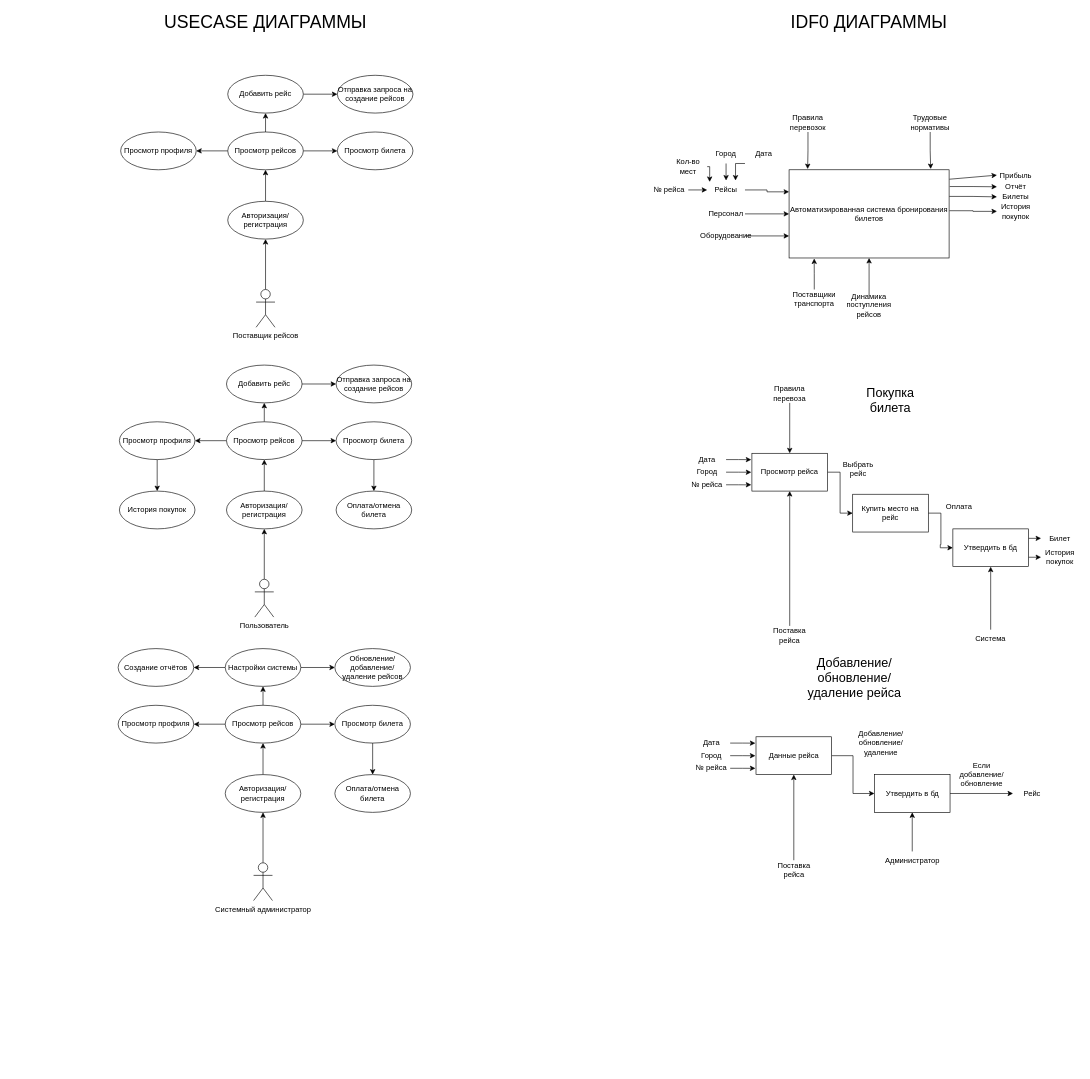
Above: usecase.drawio in k11sann/classworks (draw.io), before the change. Source tidied: cells renumbered, new cells numbered last; positions are measured from the earlier drawing's top-left corner, leaving out a move shared by most shapes. Both pictures are drawn from the tidied source at 63%, with x=0, y=0 at pixel (118, 12).
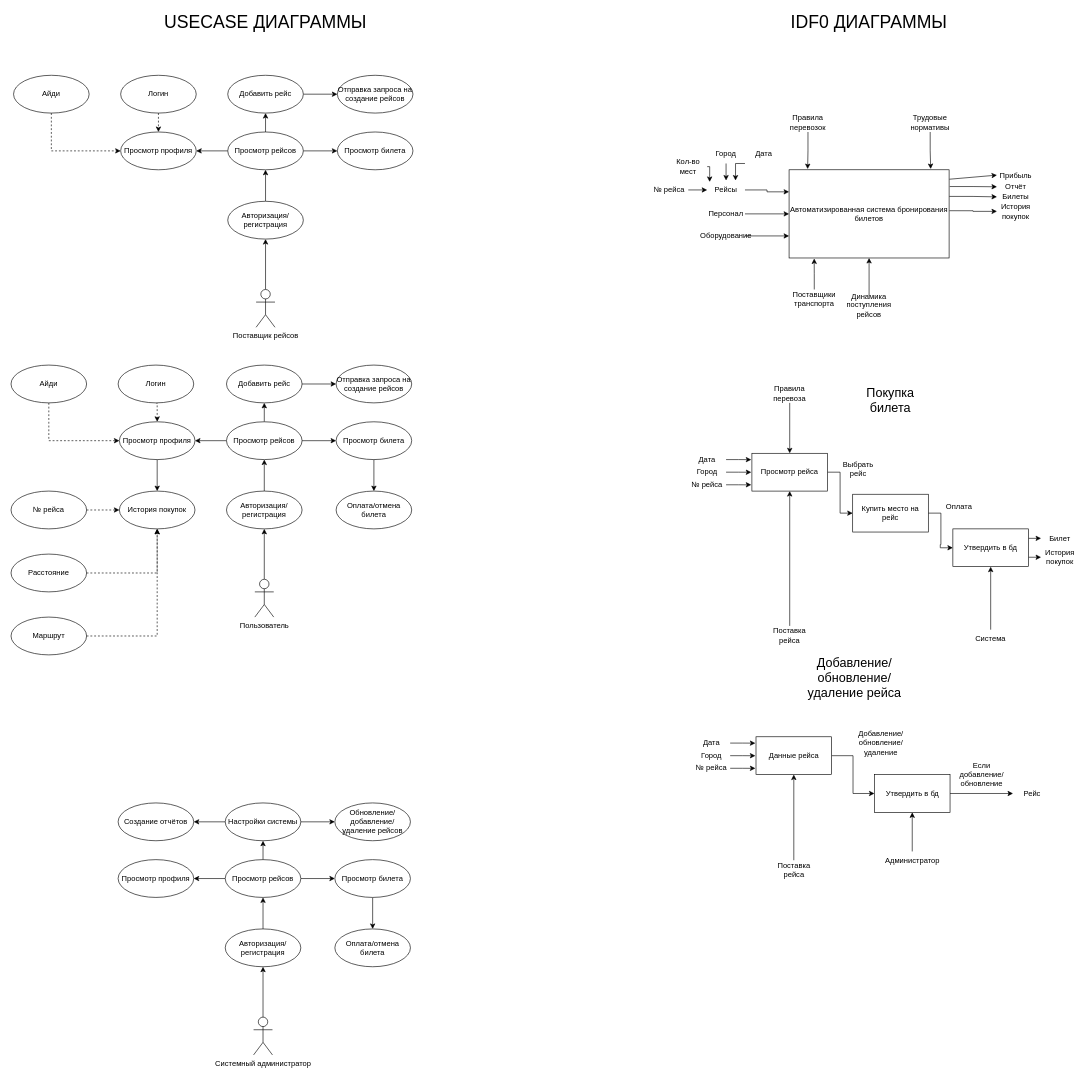
The same diagram, later.

The change refers to these unchanged cells:
```xml
<mxCell id="75" value="Просмотр профиля" style="rounded=0;whiteSpace=wrap;html=1;shape=ellipse;perimeter=ellipsePerimeter;" parent="1" vertex="1">
  <mxGeometry x="4" y="190" width="120" height="60" as="geometry" />
</mxCell>
<mxCell id="90" value="Просмотр профиля" style="rounded=0;whiteSpace=wrap;html=1;shape=ellipse;perimeter=ellipsePerimeter;" parent="1" vertex="1">
  <mxGeometry x="2" y="650" width="120" height="60" as="geometry" />
</mxCell>
<mxCell id="96" value="История покупок" style="rounded=0;whiteSpace=wrap;html=1;shape=ellipse;perimeter=ellipsePerimeter;" parent="1" vertex="1">
  <mxGeometry x="2" y="760" width="120" height="60" as="geometry" />
</mxCell>
```

Diff of the diagram source:
```diff
@@
     <mxCell id="98" value="Системный администратор" style="shape=umlActor;verticalLabelPosition=bottom;verticalAlign=top;html=1;outlineConnect=0;" parent="1" vertex="1">
-      <mxGeometry x="215" y="1350" width="30" height="60" as="geometry" />
+      <mxGeometry x="215" y="1595" width="30" height="60" as="geometry" />
     </mxCell>
@@
     <mxCell id="100" value="Авторизация/регистрация" style="rounded=0;whiteSpace=wrap;html=1;shape=ellipse;perimeter=ellipsePerimeter;" parent="1" vertex="1">
-      <mxGeometry x="170" y="1210" width="120" height="60" as="geometry" />
+      <mxGeometry x="170" y="1455" width="120" height="60" as="geometry" />
     </mxCell>
@@
     <mxCell id="104" value="Просмотр рейсов" style="rounded=0;whiteSpace=wrap;html=1;shape=ellipse;perimeter=ellipsePerimeter;" parent="1" vertex="1">
-      <mxGeometry x="170" y="1100" width="120" height="60" as="geometry" />
+      <mxGeometry x="170" y="1345" width="120" height="60" as="geometry" />
     </mxCell>
     <mxCell id="105" value="Оплата/отмена билета" style="rounded=0;whiteSpace=wrap;html=1;shape=ellipse;perimeter=ellipsePerimeter;" parent="1" vertex="1">
-      <mxGeometry x="344" y="1210" width="120" height="60" as="geometry" />
+      <mxGeometry x="344" y="1455" width="120" height="60" as="geometry" />
     </mxCell>
     <mxCell id="106" value="Просмотр профиля" style="rounded=0;whiteSpace=wrap;html=1;shape=ellipse;perimeter=ellipsePerimeter;" parent="1" vertex="1">
-      <mxGeometry y="1100" width="120" height="60" as="geometry" />
+      <mxGeometry y="1345" width="120" height="60" as="geometry" />
     </mxCell>
@@
     <mxCell id="109" value="Настройки системы" style="rounded=0;whiteSpace=wrap;html=1;shape=ellipse;perimeter=ellipsePerimeter;" parent="1" vertex="1">
-      <mxGeometry x="170" y="1010" width="120" height="60" as="geometry" />
+      <mxGeometry x="170" y="1255" width="120" height="60" as="geometry" />
     </mxCell>
     <mxCell id="110" value="Обновление/добавление/удаление рейсов" style="rounded=0;whiteSpace=wrap;html=1;shape=ellipse;perimeter=ellipsePerimeter;" parent="1" vertex="1">
-      <mxGeometry x="344" y="1010" width="120" height="60" as="geometry" />
+      <mxGeometry x="344" y="1255" width="120" height="60" as="geometry" />
     </mxCell>
@@
     <mxCell id="112" value="Просмотр билета" style="rounded=0;whiteSpace=wrap;html=1;shape=ellipse;perimeter=ellipsePerimeter;" parent="1" vertex="1">
-      <mxGeometry x="344" y="1100" width="120" height="60" as="geometry" />
+      <mxGeometry x="344" y="1345" width="120" height="60" as="geometry" />
     </mxCell>
     <mxCell id="113" value="Создание отчётов" style="rounded=0;whiteSpace=wrap;html=1;shape=ellipse;perimeter=ellipsePerimeter;" parent="1" vertex="1">
-      <mxGeometry y="1010" width="120" height="60" as="geometry" />
+      <mxGeometry y="1255" width="120" height="60" as="geometry" />
     </mxCell>
@@
+    <mxCell id="124" style="edgeStyle=orthogonalEdgeStyle;rounded=0;jettySize=auto;html=1;exitX=0.5;exitY=1;exitDx=0;exitDy=0;entryX=0.5;entryY=0;entryDx=0;entryDy=0;dashed=1;" parent="1" edge="1" source="125" target="75">
+      <mxGeometry relative="1" as="geometry" />
+    </mxCell>
+    <mxCell id="125" value="Логин" style="rounded=0;whiteSpace=wrap;html=1;shape=ellipse;perimeter=ellipsePerimeter;" parent="1" vertex="1">
+      <mxGeometry x="4" y="100" width="120" height="60" as="geometry" />
+    </mxCell>
+    <mxCell id="126" style="edgeStyle=orthogonalEdgeStyle;rounded=0;jettySize=auto;html=1;exitX=0.5;exitY=1;exitDx=0;exitDy=0;entryX=0;entryY=0.5;entryDx=0;entryDy=0;dashed=1;" parent="1" edge="1" source="127" target="75">
+      <mxGeometry relative="1" as="geometry" />
+    </mxCell>
+    <mxCell id="127" value="Айди" style="rounded=0;whiteSpace=wrap;html=1;shape=ellipse;perimeter=ellipsePerimeter;" parent="1" vertex="1">
+      <mxGeometry x="-166" y="100" width="120" height="60" as="geometry" />
+    </mxCell>
+    <mxCell id="128" style="edgeStyle=orthogonalEdgeStyle;rounded=0;jettySize=auto;html=1;exitX=0.5;exitY=1;exitDx=0;exitDy=0;entryX=0.5;entryY=0;entryDx=0;entryDy=0;dashed=1;" parent="1" edge="1" source="129" target="90">
+      <mxGeometry relative="1" as="geometry" />
+    </mxCell>
+    <mxCell id="129" value="Логин" style="rounded=0;whiteSpace=wrap;html=1;shape=ellipse;perimeter=ellipsePerimeter;" parent="1" vertex="1">
+      <mxGeometry y="560" width="120" height="60" as="geometry" />
+    </mxCell>
+    <mxCell id="130" style="edgeStyle=orthogonalEdgeStyle;rounded=0;jettySize=auto;html=1;exitX=0.5;exitY=1;exitDx=0;exitDy=0;entryX=0;entryY=0.5;entryDx=0;entryDy=0;dashed=1;" parent="1" edge="1" source="131" target="90">
+      <mxGeometry relative="1" as="geometry" />
+    </mxCell>
+    <mxCell id="131" value="Айди" style="rounded=0;whiteSpace=wrap;html=1;shape=ellipse;perimeter=ellipsePerimeter;" parent="1" vertex="1">
+      <mxGeometry x="-170" y="560" width="120" height="60" as="geometry" />
+    </mxCell>
+    <mxCell id="132" style="edgeStyle=orthogonalEdgeStyle;rounded=0;jettySize=auto;html=1;exitX=1;exitY=0.5;exitDx=0;exitDy=0;entryX=0;entryY=0.5;entryDx=0;entryDy=0;dashed=1;" parent="1" edge="1" source="133" target="96">
+      <mxGeometry relative="1" as="geometry" />
+    </mxCell>
+    <mxCell id="133" value="№ рейса" style="rounded=0;whiteSpace=wrap;html=1;shape=ellipse;perimeter=ellipsePerimeter;" parent="1" vertex="1">
+      <mxGeometry x="-170" y="760" width="120" height="60" as="geometry" />
+    </mxCell>
+    <mxCell id="134" style="edgeStyle=orthogonalEdgeStyle;rounded=0;jettySize=auto;html=1;exitX=1;exitY=0.5;exitDx=0;exitDy=0;entryX=0.5;entryY=1;entryDx=0;entryDy=0;dashed=1;" parent="1" edge="1" source="135" target="96">
+      <mxGeometry relative="1" as="geometry" />
+    </mxCell>
+    <mxCell id="135" value="Расстояние" style="rounded=0;whiteSpace=wrap;html=1;shape=ellipse;perimeter=ellipsePerimeter;" parent="1" vertex="1">
+      <mxGeometry x="-170" y="860" width="120" height="60" as="geometry" />
+    </mxCell>
+    <mxCell id="136" style="edgeStyle=orthogonalEdgeStyle;rounded=0;jettySize=auto;html=1;exitX=1;exitY=0.5;exitDx=0;exitDy=0;entryX=0.5;entryY=1;entryDx=0;entryDy=0;dashed=1;" parent="1" edge="1" source="137" target="96">
+      <mxGeometry relative="1" as="geometry" />
+    </mxCell>
+    <mxCell id="137" value="Маршрут" style="rounded=0;whiteSpace=wrap;html=1;shape=ellipse;perimeter=ellipsePerimeter;" parent="1" vertex="1">
+      <mxGeometry x="-170" y="960" width="120" height="60" as="geometry" />
+    </mxCell>
```
